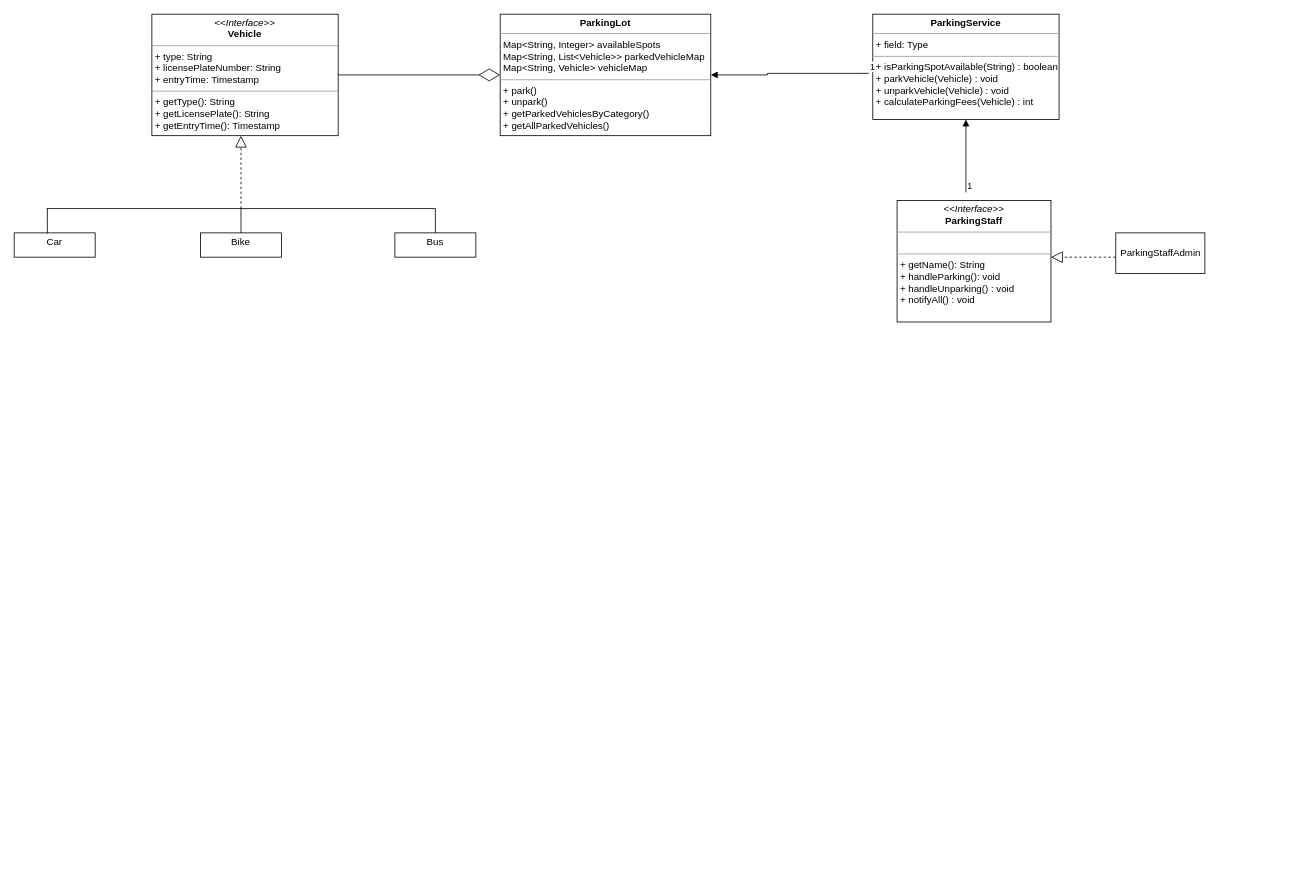
Above: parkingLot/parkinglot/ParkingLot.drawio in subham3947/LLD (draw.io), before the change. Source tidied: cells renumbered, new cells numbered last; positions are measured from the earlier drawing's top-left corner, leaving out a move shared by most shapes. Both pictures are drawn from the tidied source at 81%, with x=0, y=0 at pixel (14, 14).
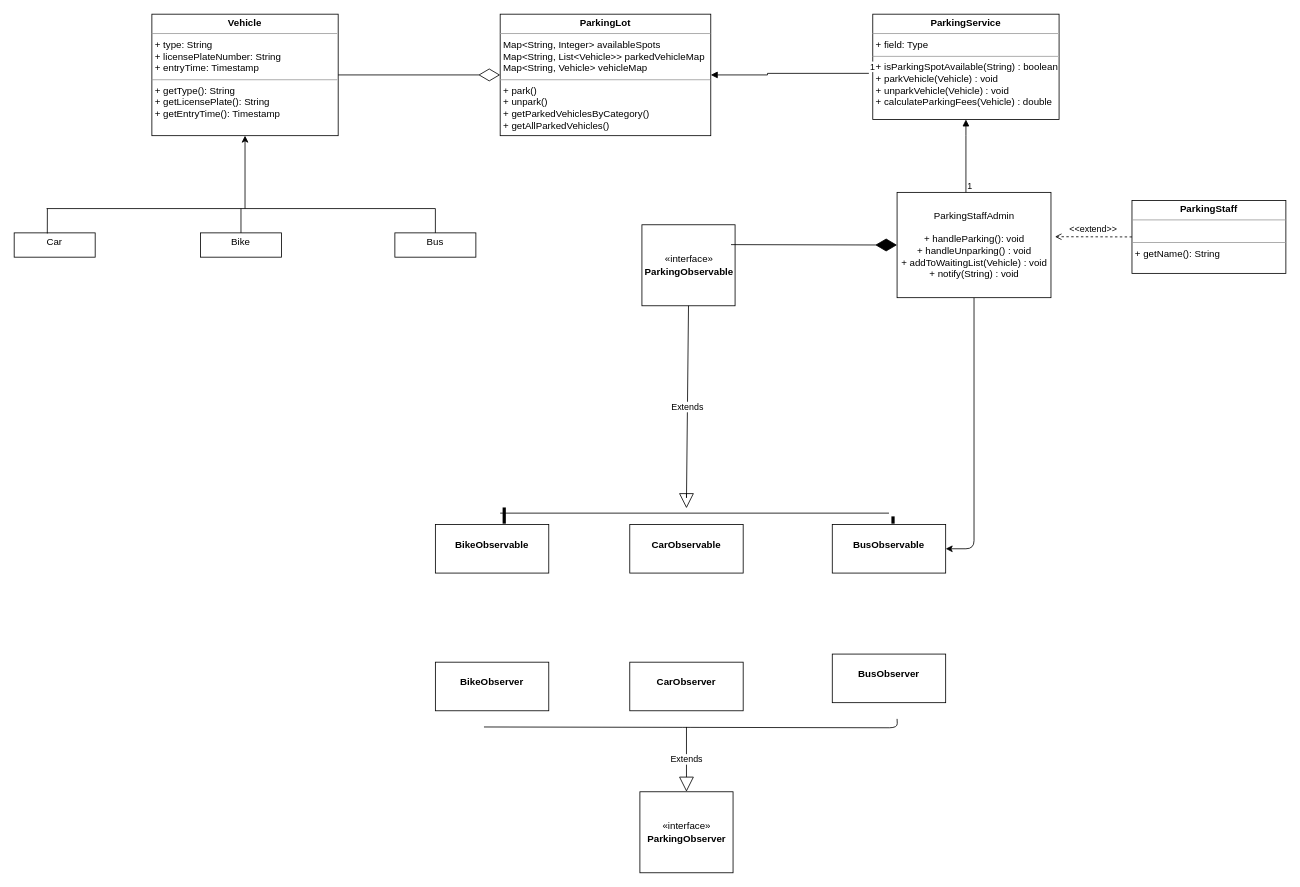
Above is the later version.

The edit, as a diff of the source:
```diff
@@
-    <mxCell id="2" value="&lt;p style=&quot;margin:0px;margin-top:4px;text-align:center;&quot;&gt;&lt;i&gt;&amp;lt;&amp;lt;Interface&amp;gt;&amp;gt;&lt;/i&gt;&lt;br&gt;&lt;b&gt;Vehicle&lt;/b&gt;&lt;/p&gt;&lt;hr size=&quot;1&quot;&gt;&lt;p style=&quot;margin:0px;margin-left:4px;&quot;&gt;+ type: String&lt;br&gt;+ licensePlateNumber: String&lt;/p&gt;&lt;p style=&quot;margin:0px;margin-left:4px;&quot;&gt;+ entryTime: Timestamp&lt;/p&gt;&lt;hr size=&quot;1&quot;&gt;&lt;p style=&quot;margin:0px;margin-left:4px;&quot;&gt;+ getType(): String&lt;br&gt;+ getLicensePlate(): String&lt;br style=&quot;border-color: var(--border-color);&quot;&gt;+ getEntryTime(): Timestamp&lt;/p&gt;" style="verticalAlign=top;align=left;overflow=fill;fontSize=12;fontFamily=Helvetica;html=1;" parent="1" vertex="1">
+    <mxCell id="2" value="&lt;p style=&quot;margin:0px;margin-top:4px;text-align:center;&quot;&gt;&lt;b&gt;Vehicle&lt;/b&gt;&lt;/p&gt;&lt;hr size=&quot;1&quot;&gt;&lt;p style=&quot;margin:0px;margin-left:4px;&quot;&gt;+ type: String&lt;br&gt;+ licensePlateNumber: String&lt;/p&gt;&lt;p style=&quot;margin:0px;margin-left:4px;&quot;&gt;+ entryTime: Timestamp&lt;/p&gt;&lt;hr size=&quot;1&quot;&gt;&lt;p style=&quot;margin:0px;margin-left:4px;&quot;&gt;+ getType(): String&lt;br&gt;+ getLicensePlate(): String&lt;br style=&quot;border-color: var(--border-color);&quot;&gt;+ getEntryTime(): Timestamp&lt;/p&gt;" style="verticalAlign=top;align=left;overflow=fill;fontSize=12;fontFamily=Helvetica;html=1;" parent="1" vertex="1">
       <mxGeometry x="170" width="230" height="150" as="geometry" />
     </mxCell>
-    <mxCell id="3" style="endArrow=block;dashed=1;endFill=0;endSize=12;html=1;rounded=0;" parent="1" edge="1">
-      <mxGeometry relative="1" as="geometry">
-        <mxPoint x="280" y="240" as="sourcePoint" />
-        <mxPoint x="280" y="150" as="targetPoint" />
-      </mxGeometry>
-    </mxCell>
@@
-    <mxCell id="13" value="&lt;p style=&quot;margin:0px;margin-top:4px;text-align:center;&quot;&gt;&lt;i&gt;&amp;lt;&amp;lt;Interface&amp;gt;&amp;gt;&lt;/i&gt;&lt;br&gt;&lt;b&gt;ParkingStaff&lt;/b&gt;&lt;/p&gt;&lt;hr size=&quot;1&quot;&gt;&lt;p style=&quot;margin:0px;margin-left:4px;&quot;&gt;&lt;br&gt;&lt;/p&gt;&lt;hr size=&quot;1&quot;&gt;&lt;p style=&quot;margin:0px;margin-left:4px;&quot;&gt;+ getName(): String&lt;br&gt;+ handleParking(): void&lt;br&gt;+ handleUnparking() : void&lt;br&gt;+ notifyAll() : void&lt;/p&gt;" style="verticalAlign=top;align=left;overflow=fill;fontSize=12;fontFamily=Helvetica;html=1;" parent="1" vertex="1">
-      <mxGeometry x="1090" y="230" width="190" height="150" as="geometry" />
+    <mxCell id="13" value="&lt;p style=&quot;margin:0px;margin-top:4px;text-align:center;&quot;&gt;&lt;b&gt;ParkingStaff&lt;/b&gt;&lt;/p&gt;&lt;hr size=&quot;1&quot;&gt;&lt;p style=&quot;margin:0px;margin-left:4px;&quot;&gt;&lt;br&gt;&lt;/p&gt;&lt;hr size=&quot;1&quot;&gt;&lt;p style=&quot;margin:0px;margin-left:4px;&quot;&gt;+ getName(): String&lt;br&gt;&lt;br&gt;&lt;/p&gt;" style="verticalAlign=top;align=left;overflow=fill;fontSize=12;fontFamily=Helvetica;html=1;" parent="1" vertex="1">
+      <mxGeometry x="1380" y="230" width="190" height="90" as="geometry" />
     </mxCell>
-    <mxCell id="14" style="endArrow=block;dashed=1;endFill=0;endSize=12;html=1;rounded=0;" parent="1" edge="1">
-      <mxGeometry relative="1" as="geometry">
-        <mxPoint x="1360" y="300" as="sourcePoint" />
-        <mxPoint x="1280" y="300" as="targetPoint" />
-        <Array as="points">
-          <mxPoint x="1320" y="300" />
-        </Array>
-      </mxGeometry>
-    </mxCell>
+    <mxCell id="21" style="edgeStyle=none;html=1;entryX=1;entryY=0.5;entryDx=0;entryDy=0;" parent="1" edge="1" source="15" target="27">
+      <mxGeometry relative="1" as="geometry">
+        <Array as="points">
+          <mxPoint x="1185" y="660" />
+        </Array>
+      </mxGeometry>
+    </mxCell>
-    <mxCell id="15" value="ParkingStaffAdmin" style="html=1;" parent="1" vertex="1">
-      <mxGeometry x="1360" y="270" width="110" height="50" as="geometry" />
+    <mxCell id="15" value="ParkingStaffAdmin&lt;br&gt;&lt;br&gt;&lt;span style=&quot;text-align: left;&quot;&gt;+ handleParking(): void&lt;/span&gt;&lt;br style=&quot;text-align: left;&quot;&gt;&lt;span style=&quot;text-align: left;&quot;&gt;+ handleUnparking() : void&lt;br&gt;&lt;/span&gt;+ addToWaitingList(Vehicle) : void&lt;br style=&quot;text-align: left;&quot;&gt;&lt;span style=&quot;text-align: left;&quot;&gt;+ notify(String) : void&lt;/span&gt;" style="html=1;" parent="1" vertex="1">
+      <mxGeometry x="1090" y="220" width="190" height="130" as="geometry" />
     </mxCell>
-    <mxCell id="16" value="&lt;p style=&quot;margin:0px;margin-top:4px;text-align:center;&quot;&gt;&lt;b&gt;ParkingService&lt;/b&gt;&lt;br&gt;&lt;/p&gt;&lt;hr size=&quot;1&quot;&gt;&lt;p style=&quot;margin:0px;margin-left:4px;&quot;&gt;+ field: Type&lt;/p&gt;&lt;hr size=&quot;1&quot;&gt;&lt;p style=&quot;margin:0px;margin-left:4px;&quot;&gt;+ isParkingSpotAvailable(String) : boolean&lt;br&gt;+ parkVehicle(Vehicle) : void&lt;br&gt;+ unparkVehicle(Vehicle) : void&lt;br&gt;+ calculateParkingFees(Vehicle) : int&lt;/p&gt;" style="verticalAlign=top;align=left;overflow=fill;fontSize=12;fontFamily=Helvetica;html=1;" parent="1" vertex="1">
+    <mxCell id="16" value="&lt;p style=&quot;margin:0px;margin-top:4px;text-align:center;&quot;&gt;&lt;b&gt;ParkingService&lt;/b&gt;&lt;br&gt;&lt;/p&gt;&lt;hr size=&quot;1&quot;&gt;&lt;p style=&quot;margin:0px;margin-left:4px;&quot;&gt;+ field: Type&lt;/p&gt;&lt;hr size=&quot;1&quot;&gt;&lt;p style=&quot;margin:0px;margin-left:4px;&quot;&gt;+ isParkingSpotAvailable(String) : boolean&lt;br&gt;+ parkVehicle(Vehicle) : void&lt;br&gt;+ unparkVehicle(Vehicle) : void&lt;br&gt;+ calculateParkingFees(Vehicle) : double&lt;/p&gt;" style="verticalAlign=top;align=left;overflow=fill;fontSize=12;fontFamily=Helvetica;html=1;" parent="1" vertex="1">
       <mxGeometry x="1060" width="230" height="130" as="geometry" />
     </mxCell>
@@
+    <mxCell id="22" style="endArrow=classic;html=1;entryX=0.5;entryY=1;entryDx=0;entryDy=0;" parent="1" edge="1" target="2">
+      <mxGeometry relative="1" as="geometry">
+        <mxPoint x="285" y="240" as="sourcePoint" />
+      </mxGeometry>
+    </mxCell>
+    <mxCell id="23" value="&amp;lt;&amp;lt;extend&amp;gt;&amp;gt;" style="html=1;verticalAlign=bottom;labelBackgroundColor=none;endArrow=open;endFill=0;dashed=1;exitX=0;exitY=0.5;exitDx=0;exitDy=0;entryX=1.026;entryY=0.421;entryDx=0;entryDy=0;entryPerimeter=0;" parent="1" edge="1" source="13" target="15">
+      <mxGeometry relative="1" as="geometry" />
+    </mxCell>
+    <mxCell id="24" value="«interface»&lt;br&gt;&lt;b&gt;ParkingObservable&lt;/b&gt;" style="html=1;" parent="1" vertex="1">
+      <mxGeometry x="775" y="260" width="115" height="100" as="geometry" />
+    </mxCell>
+    <mxCell id="25" value="Extends" style="endArrow=block;endSize=16;endFill=0;html=1;exitX=0.5;exitY=1;exitDx=0;exitDy=0;" parent="1" edge="1" source="24">
+      <mxGeometry relative="1" as="geometry">
+        <mxPoint x="830" y="610" as="targetPoint" />
+        <Array as="points">
+          <mxPoint x="830" y="600" />
+        </Array>
+      </mxGeometry>
+    </mxCell>
+    <mxCell id="26" value="&lt;p style=&quot;margin:0px;margin-top:4px;text-align:center;&quot;&gt;&lt;br&gt;&lt;b&gt;BikeObservable&lt;/b&gt;&lt;br&gt;&lt;/p&gt;" style="verticalAlign=top;align=left;overflow=fill;fontSize=12;fontFamily=Helvetica;html=1;" parent="1" vertex="1">
+      <mxGeometry x="520" y="630" width="140" height="60" as="geometry" />
+    </mxCell>
+    <mxCell id="27" value="&lt;p style=&quot;margin:0px;margin-top:4px;text-align:center;&quot;&gt;&lt;br&gt;&lt;b&gt;BusObservable&lt;/b&gt;&lt;br&gt;&lt;/p&gt;" style="verticalAlign=top;align=left;overflow=fill;fontSize=12;fontFamily=Helvetica;html=1;" parent="1" vertex="1">
+      <mxGeometry x="1010" y="630" width="140" height="60" as="geometry" />
+    </mxCell>
+    <mxCell id="28" style="line;strokeWidth=1;fillColor=none;align=left;verticalAlign=middle;spacingTop=-1;spacingLeft=3;spacingRight=3;labelPosition=right;strokeColor=inherit;" parent="1" vertex="1">
+      <mxGeometry x="600" y="612" width="480" height="8" as="geometry" />
+    </mxCell>
+    <mxCell id="29" value="&lt;p style=&quot;margin:0px;margin-top:4px;text-align:center;&quot;&gt;&lt;br&gt;&lt;b&gt;CarObservable&lt;/b&gt;&lt;br&gt;&lt;/p&gt;" style="verticalAlign=top;align=left;overflow=fill;fontSize=12;fontFamily=Helvetica;html=1;" parent="1" vertex="1">
+      <mxGeometry x="760" y="630" width="140" height="60" as="geometry" />
+    </mxCell>
+    <mxCell id="30" style="line;strokeWidth=4;direction=south;html=1;perimeter=backbonePerimeter;" parent="1" vertex="1">
+      <mxGeometry x="1080" y="620" width="10" height="9" as="geometry" />
+    </mxCell>
+    <mxCell id="31" style="line;strokeWidth=4;direction=south;html=1;perimeter=backbonePerimeter;" parent="1" vertex="1">
+      <mxGeometry x="600" y="609" width="10" height="20" as="geometry" />
+    </mxCell>
+    <mxCell id="32" style="endArrow=diamondThin;endFill=1;endSize=24;html=1;entryX=0;entryY=0.5;entryDx=0;entryDy=0;" parent="1" edge="1" target="15">
+      <mxGeometry relative="1" as="geometry">
+        <mxPoint x="885" y="284.5" as="sourcePoint" />
+      </mxGeometry>
+    </mxCell>
+    <mxCell id="33" value="&lt;p style=&quot;margin:0px;margin-top:4px;text-align:center;&quot;&gt;&lt;br&gt;&lt;b&gt;BikeObserver&lt;/b&gt;&lt;br&gt;&lt;/p&gt;" style="verticalAlign=top;align=left;overflow=fill;fontSize=12;fontFamily=Helvetica;html=1;" parent="1" vertex="1">
+      <mxGeometry x="520" y="800" width="140" height="60" as="geometry" />
+    </mxCell>
+    <mxCell id="34" value="&lt;p style=&quot;margin:0px;margin-top:4px;text-align:center;&quot;&gt;&lt;br&gt;&lt;b&gt;CarObserver&lt;/b&gt;&lt;br&gt;&lt;/p&gt;" style="verticalAlign=top;align=left;overflow=fill;fontSize=12;fontFamily=Helvetica;html=1;" parent="1" vertex="1">
+      <mxGeometry x="760" y="800" width="140" height="60" as="geometry" />
+    </mxCell>
+    <mxCell id="35" value="&lt;p style=&quot;margin:0px;margin-top:4px;text-align:center;&quot;&gt;&lt;br&gt;&lt;b&gt;BusObserver&lt;/b&gt;&lt;br&gt;&lt;/p&gt;" style="verticalAlign=top;align=left;overflow=fill;fontSize=12;fontFamily=Helvetica;html=1;" parent="1" vertex="1">
+      <mxGeometry x="1010" y="790" width="140" height="60" as="geometry" />
+    </mxCell>
+    <mxCell id="36" value="«interface»&lt;br&gt;&lt;b&gt;ParkingObserver&lt;/b&gt;" style="html=1;" parent="1" vertex="1">
+      <mxGeometry x="772.5" y="960" width="115" height="100" as="geometry" />
+    </mxCell>
+    <mxCell id="37" value="Extends" style="endArrow=block;endSize=16;endFill=0;html=1;entryX=0.5;entryY=0;entryDx=0;entryDy=0;" parent="1" edge="1" target="36">
+      <mxGeometry relative="1" as="geometry">
+        <mxPoint x="830" y="880" as="sourcePoint" />
+      </mxGeometry>
+    </mxCell>
+    <mxCell id="38" style="endArrow=none;html=1;edgeStyle=orthogonalEdgeStyle;" parent="1" edge="1">
+      <mxGeometry relative="1" as="geometry">
+        <mxPoint x="580" y="880" as="sourcePoint" />
+        <mxPoint x="1090" y="870" as="targetPoint" />
+      </mxGeometry>
+    </mxCell>
```
